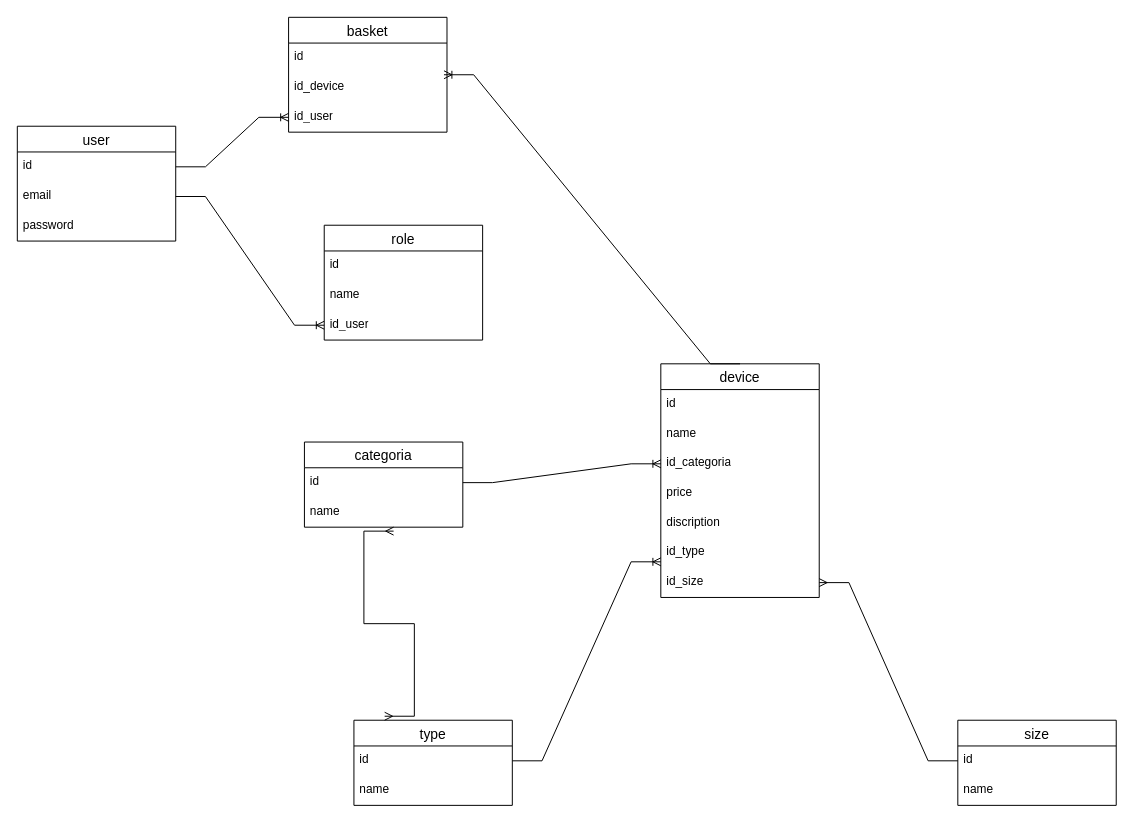
Earlier version of the draw.io diagram shose.drawio (OlegGrn/draw_io). Source tidied: cells renumbered, new cells numbered last; positions are measured from the earlier drawing's top-left corner, leaving out a move shared by most shapes. Both pictures are drawn from the tidied source at 99%, with x=0, y=0 at pixel (17, 17).
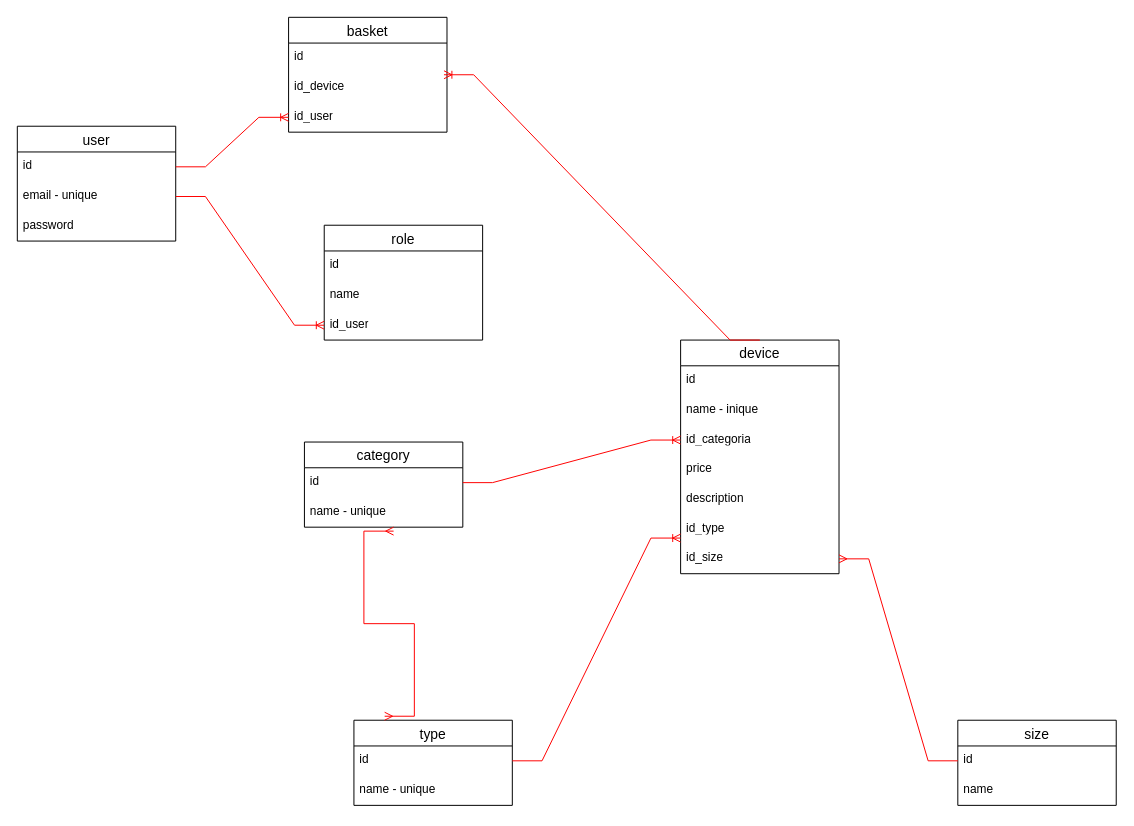
The same page after the edit.

Unchanged cells that the change refers to:
```xml
<mxCell id="2" value="user" style="swimlane;fontStyle=0;horizontal=1;startSize=26;align=center;fontSize=14;" parent="1" vertex="1">
  <mxGeometry y="110" width="160" height="116" as="geometry" />
</mxCell>
<mxCell id="3" value="id" style="text;strokeColor=none;fillColor=none;spacingLeft=4;spacingRight=4;overflow=hidden;points=[[0,0.5],[1,0.5]];portConstraint=eastwest;fontSize=12;whiteSpace=wrap;html=1;" parent="2" vertex="1">
  <mxGeometry y="26" width="160" height="30" as="geometry" />
</mxCell>
<mxCell id="7" value="id" style="text;strokeColor=none;fillColor=none;spacingLeft=4;spacingRight=4;overflow=hidden;points=[[0,0.5],[1,0.5]];portConstraint=eastwest;fontSize=12;whiteSpace=wrap;html=1;" parent="6" vertex="1">
  <mxGeometry y="26" width="160" height="30" as="geometry" />
</mxCell>
<mxCell id="9" value="id_user" style="text;strokeColor=none;fillColor=none;spacingLeft=4;spacingRight=4;overflow=hidden;points=[[0,0.5],[1,0.5]];portConstraint=eastwest;fontSize=12;whiteSpace=wrap;html=1;" parent="6" vertex="1">
  <mxGeometry y="86" width="160" height="30" as="geometry" />
</mxCell>
<mxCell id="14" value="id_categoria" style="text;strokeColor=none;fillColor=none;spacingLeft=4;spacingRight=4;overflow=hidden;points=[[0,0.5],[1,0.5]];portConstraint=eastwest;fontSize=12;whiteSpace=wrap;html=1;" parent="11" vertex="1">
  <mxGeometry y="86" width="160" height="30" as="geometry" />
</mxCell>
<mxCell id="17" value="id_type" style="text;strokeColor=none;fillColor=none;spacingLeft=4;spacingRight=4;overflow=hidden;points=[[0,0.5],[1,0.5]];portConstraint=eastwest;fontSize=12;whiteSpace=wrap;html=1;" parent="11" vertex="1">
  <mxGeometry y="176" width="160" height="30" as="geometry" />
</mxCell>
<mxCell id="18" value="id_size" style="text;strokeColor=none;fillColor=none;spacingLeft=4;spacingRight=4;overflow=hidden;points=[[0,0.5],[1,0.5]];portConstraint=eastwest;fontSize=12;whiteSpace=wrap;html=1;" parent="11" vertex="1">
  <mxGeometry y="206" width="160" height="30" as="geometry" />
</mxCell>
<mxCell id="19" value="type" style="swimlane;fontStyle=0;horizontal=1;startSize=26;align=center;fontSize=14;" parent="1" vertex="1">
  <mxGeometry x="340" y="710" width="160" height="86" as="geometry" />
</mxCell>
<mxCell id="20" value="id" style="text;strokeColor=none;fillColor=none;spacingLeft=4;spacingRight=4;overflow=hidden;points=[[0,0.5],[1,0.5]];portConstraint=eastwest;fontSize=12;whiteSpace=wrap;html=1;" parent="19" vertex="1">
  <mxGeometry y="26" width="160" height="30" as="geometry" />
</mxCell>
<mxCell id="24" value="id" style="text;strokeColor=none;fillColor=none;spacingLeft=4;spacingRight=4;overflow=hidden;points=[[0,0.5],[1,0.5]];portConstraint=eastwest;fontSize=12;whiteSpace=wrap;html=1;" parent="23" vertex="1">
  <mxGeometry y="26" width="160" height="30" as="geometry" />
</mxCell>
<mxCell id="30" value="id_user" style="text;strokeColor=none;fillColor=none;spacingLeft=4;spacingRight=4;overflow=hidden;points=[[0,0.5],[1,0.5]];portConstraint=eastwest;fontSize=12;whiteSpace=wrap;html=1;" parent="27" vertex="1">
  <mxGeometry y="86" width="160" height="30" as="geometry" />
</mxCell>
<mxCell id="33" value="id" style="text;strokeColor=none;fillColor=none;spacingLeft=4;spacingRight=4;overflow=hidden;points=[[0,0.5],[1,0.5]];portConstraint=eastwest;fontSize=12;whiteSpace=wrap;html=1;" parent="32" vertex="1">
  <mxGeometry y="26" width="160" height="30" as="geometry" />
</mxCell>
```

Change to the diagram source:
```diff
@@
-    <mxCell id="4" value="email" style="text;strokeColor=none;fillColor=none;spacingLeft=4;spacingRight=4;overflow=hidden;points=[[0,0.5],[1,0.5]];portConstraint=eastwest;fontSize=12;whiteSpace=wrap;html=1;" parent="2" vertex="1">
+    <mxCell id="4" value="email - unique" style="text;strokeColor=none;fillColor=none;spacingLeft=4;spacingRight=4;overflow=hidden;points=[[0,0.5],[1,0.5]];portConstraint=eastwest;fontSize=12;whiteSpace=wrap;html=1;" parent="2" vertex="1">
       <mxGeometry y="56" width="160" height="30" as="geometry" />
     </mxCell>
@@
-    <mxCell id="10" style="edgeStyle=entityRelationEdgeStyle;fontSize=12;html=1;endArrow=ERoneToMany;rounded=0;entryX=0;entryY=0.5;entryDx=0;entryDy=0;exitX=1;exitY=0.5;exitDx=0;exitDy=0;" parent="1" edge="1" source="3" target="9">
+    <mxCell id="10" style="edgeStyle=entityRelationEdgeStyle;fontSize=12;html=1;endArrow=ERoneToMany;rounded=0;entryX=0;entryY=0.5;entryDx=0;entryDy=0;exitX=1;exitY=0.5;exitDx=0;exitDy=0;strokeColor=#FF0000;" parent="1" edge="1" source="3" target="9">
       <mxGeometry relative="1" as="geometry" />
     </mxCell>
     <mxCell id="11" value="device" style="swimlane;fontStyle=0;horizontal=1;startSize=26;align=center;fontSize=14;" parent="1" vertex="1">
-      <mxGeometry x="650" y="350" width="160" height="236" as="geometry" />
+      <mxGeometry x="670" y="326" width="160" height="236" as="geometry" />
     </mxCell>
@@
-    <mxCell id="13" value="name" style="text;strokeColor=none;fillColor=none;spacingLeft=4;spacingRight=4;overflow=hidden;fontSize=12;whiteSpace=wrap;html=1;" parent="11" vertex="1">
+    <mxCell id="13" value="name - inique" style="text;strokeColor=none;fillColor=none;spacingLeft=4;spacingRight=4;overflow=hidden;fontSize=12;whiteSpace=wrap;html=1;" parent="11" vertex="1">
       <mxGeometry y="56" width="160" height="30" as="geometry" />
     </mxCell>
@@
-    <mxCell id="16" value="discription" style="text;strokeColor=none;fillColor=none;spacingLeft=4;spacingRight=4;overflow=hidden;fontSize=12;whiteSpace=wrap;html=1;" parent="11" vertex="1">
+    <mxCell id="16" value="description" style="text;strokeColor=none;fillColor=none;spacingLeft=4;spacingRight=4;overflow=hidden;fontSize=12;whiteSpace=wrap;html=1;" parent="11" vertex="1">
       <mxGeometry y="146" width="160" height="30" as="geometry" />
     </mxCell>
@@
-    <mxCell id="21" value="name" style="text;strokeColor=none;fillColor=none;spacingLeft=4;spacingRight=4;overflow=hidden;fontSize=12;whiteSpace=wrap;html=1;" parent="19" vertex="1">
+    <mxCell id="21" value="name - unique" style="text;strokeColor=none;fillColor=none;spacingLeft=4;spacingRight=4;overflow=hidden;fontSize=12;whiteSpace=wrap;html=1;" parent="19" vertex="1">
       <mxGeometry y="56" width="160" height="30" as="geometry" />
     </mxCell>
-    <mxCell id="22" style="edgeStyle=entityRelationEdgeStyle;fontSize=12;html=1;endArrow=ERoneToMany;rounded=0;entryX=0;entryY=0.8;entryDx=0;entryDy=0;entryPerimeter=0;exitX=1;exitY=0.5;exitDx=0;exitDy=0;" parent="1" edge="1" source="20" target="17">
+    <mxCell id="22" style="edgeStyle=entityRelationEdgeStyle;fontSize=12;html=1;endArrow=ERoneToMany;rounded=0;entryX=0;entryY=0.8;entryDx=0;entryDy=0;entryPerimeter=0;exitX=1;exitY=0.5;exitDx=0;exitDy=0;strokeColor=#FF0000;" parent="1" edge="1" source="20" target="17">
       <mxGeometry relative="1" as="geometry" />
     </mxCell>
@@
-    <mxCell id="26" style="edgeStyle=entityRelationEdgeStyle;fontSize=12;html=1;endArrow=ERoneToMany;rounded=0;exitX=0.5;exitY=0;exitDx=0;exitDy=0;entryX=0.981;entryY=1.067;entryDx=0;entryDy=0;entryPerimeter=0;" parent="1" edge="1" source="11" target="7">
+    <mxCell id="26" style="edgeStyle=entityRelationEdgeStyle;fontSize=12;html=1;endArrow=ERoneToMany;rounded=0;exitX=0.5;exitY=0;exitDx=0;exitDy=0;entryX=0.981;entryY=1.067;entryDx=0;entryDy=0;entryPerimeter=0;strokeColor=#FF0000;" parent="1" edge="1" source="11" target="7">
       <mxGeometry relative="1" as="geometry" />
     </mxCell>
@@
-    <mxCell id="31" style="edgeStyle=entityRelationEdgeStyle;fontSize=12;html=1;endArrow=ERoneToMany;rounded=0;entryX=0;entryY=0.5;entryDx=0;entryDy=0;exitX=1;exitY=0.5;exitDx=0;exitDy=0;" parent="1" edge="1" source="4" target="30">
+    <mxCell id="31" style="edgeStyle=entityRelationEdgeStyle;fontSize=12;html=1;endArrow=ERoneToMany;rounded=0;entryX=0;entryY=0.5;entryDx=0;entryDy=0;exitX=1;exitY=0.5;exitDx=0;exitDy=0;fillColor=#FF0000;strokeColor=#FF0000;" parent="1" edge="1" source="4" target="30">
       <mxGeometry relative="1" as="geometry" />
     </mxCell>
-    <mxCell id="32" value="categoria" style="swimlane;fontStyle=0;horizontal=1;startSize=26;align=center;fontSize=14;" parent="1" vertex="1">
+    <mxCell id="32" value="category" style="swimlane;fontStyle=0;horizontal=1;startSize=26;align=center;fontSize=14;" parent="1" vertex="1">
       <mxGeometry x="290" y="429" width="160" height="86" as="geometry" />
     </mxCell>
@@
-    <mxCell id="34" value="name" style="text;strokeColor=none;fillColor=none;spacingLeft=4;spacingRight=4;overflow=hidden;points=[[0,0.5],[1,0.5]];portConstraint=eastwest;fontSize=12;whiteSpace=wrap;html=1;" parent="32" vertex="1">
+    <mxCell id="34" value="name - unique" style="text;strokeColor=none;fillColor=none;spacingLeft=4;spacingRight=4;overflow=hidden;points=[[0,0.5],[1,0.5]];portConstraint=eastwest;fontSize=12;whiteSpace=wrap;html=1;" parent="32" vertex="1">
       <mxGeometry y="56" width="160" height="30" as="geometry" />
     </mxCell>
-    <mxCell id="35" style="edgeStyle=entityRelationEdgeStyle;fontSize=12;html=1;endArrow=ERoneToMany;rounded=0;entryX=0;entryY=0.5;entryDx=0;entryDy=0;exitX=1;exitY=0.5;exitDx=0;exitDy=0;" parent="1" edge="1" source="33" target="14">
+    <mxCell id="35" style="edgeStyle=entityRelationEdgeStyle;fontSize=12;html=1;endArrow=ERoneToMany;rounded=0;entryX=0;entryY=0.5;entryDx=0;entryDy=0;exitX=1;exitY=0.5;exitDx=0;exitDy=0;strokeColor=#FF0000;" parent="1" edge="1" source="33" target="14">
       <mxGeometry relative="1" as="geometry" />
     </mxCell>
-    <mxCell id="36" style="edgeStyle=entityRelationEdgeStyle;fontSize=12;html=1;endArrow=ERmany;startArrow=ERmany;rounded=0;entryX=0.563;entryY=1.133;entryDx=0;entryDy=0;entryPerimeter=0;exitX=0.194;exitY=-0.047;exitDx=0;exitDy=0;exitPerimeter=0;" parent="1" edge="1" source="19" target="34">
+    <mxCell id="36" style="edgeStyle=entityRelationEdgeStyle;fontSize=12;html=1;endArrow=ERmany;startArrow=ERmany;rounded=0;entryX=0.563;entryY=1.133;entryDx=0;entryDy=0;entryPerimeter=0;exitX=0.194;exitY=-0.047;exitDx=0;exitDy=0;exitPerimeter=0;strokeColor=#FF0000;" parent="1" edge="1" source="19" target="34">
       <mxGeometry relative="1" as="geometry" />
     </mxCell>
-    <mxCell id="37" style="edgeStyle=entityRelationEdgeStyle;fontSize=12;html=1;endArrow=ERmany;rounded=0;exitX=0;exitY=0.5;exitDx=0;exitDy=0;entryX=1;entryY=0.5;entryDx=0;entryDy=0;" parent="1" edge="1" source="24" target="18">
+    <mxCell id="37" style="edgeStyle=entityRelationEdgeStyle;fontSize=12;html=1;endArrow=ERmany;rounded=0;exitX=0;exitY=0.5;exitDx=0;exitDy=0;entryX=1;entryY=0.5;entryDx=0;entryDy=0;strokeColor=#FF0000;" parent="1" edge="1" source="24" target="18">
       <mxGeometry relative="1" as="geometry" />
     </mxCell>
```
